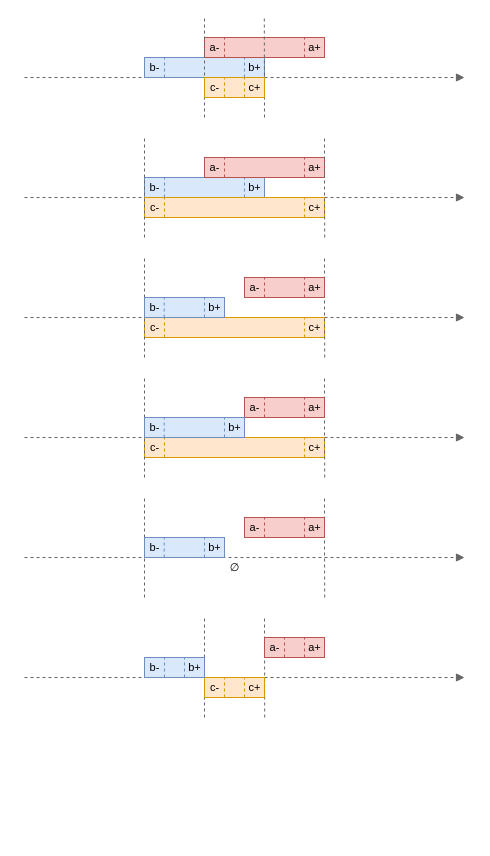
This is page "Algorithms" (5 of 5) of res/resources.drawio from gchudnov/mindthegap, a draw.io file, before an edit. Source tidied: cells renumbered, new cells numbered last; positions are measured from the earlier drawing's top-left corner, leaving out a move shared by most shapes. Both pictures are drawn from the tidied source at 100%, with x=0, y=0 at pixel (24, 17).
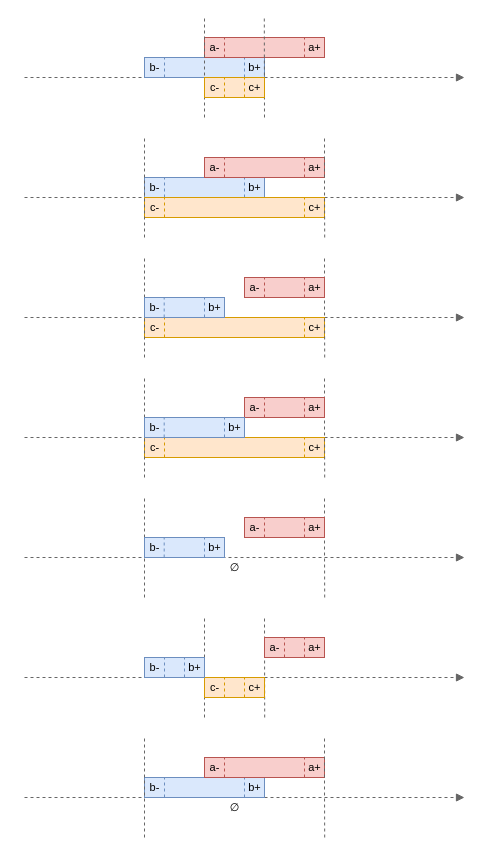
The same page after the edit.

Change to the diagram source:
```diff
@@
+    <mxCell id="120" style="endArrow=block;html=1;fontSize=12;strokeWidth=1;fillColor=#f5f5f5;strokeColor=#666666;endFill=1;dashed=1;" parent="1" edge="1">
+      <mxGeometry relative="1" as="geometry">
+        <mxPoint y="780" as="sourcePoint" />
+        <mxPoint x="440" y="780" as="targetPoint" />
+      </mxGeometry>
+    </mxCell>
+    <mxCell id="121" style="group;" parent="1" vertex="1">
+      <mxGeometry x="120" y="760" width="120" height="20" as="geometry" />
+    </mxCell>
+    <mxCell id="122" style="rounded=0;whiteSpace=wrap;html=1;fontSize=12;strokeWidth=1;fillColor=#dae8fc;strokeColor=#6c8ebf;" parent="121" vertex="1">
+      <mxGeometry width="120" height="20" as="geometry" />
+    </mxCell>
+    <mxCell id="123" value="b-" style="text;html=1;strokeColor=none;fillColor=none;align=center;verticalAlign=middle;rounded=0;fontSize=11;" parent="121" vertex="1">
+      <mxGeometry width="20" height="20" as="geometry" />
+    </mxCell>
+    <mxCell id="124" value="b+" style="text;strokeColor=none;fillColor=none;align=center;verticalAlign=middle;rounded=0;fontSize=11;html=1;spacing=2;" parent="121" vertex="1">
+      <mxGeometry x="100" width="20" height="20" as="geometry" />
+    </mxCell>
+    <mxCell id="125" style="endArrow=none;dashed=1;html=1;strokeWidth=1;fontSize=11;fillColor=#dae8fc;strokeColor=#6c8ebf;" parent="121" edge="1">
+      <mxGeometry relative="1" as="geometry">
+        <mxPoint x="100" y="20" as="sourcePoint" />
+        <mxPoint x="100" as="targetPoint" />
+      </mxGeometry>
+    </mxCell>
+    <mxCell id="126" style="endArrow=none;dashed=1;html=1;strokeWidth=1;fontSize=11;fillColor=#dae8fc;strokeColor=#6c8ebf;" parent="121" edge="1">
+      <mxGeometry relative="1" as="geometry">
+        <mxPoint x="20" y="20" as="sourcePoint" />
+        <mxPoint x="20" as="targetPoint" />
+      </mxGeometry>
+    </mxCell>
+    <mxCell id="127" style="group;" parent="1" vertex="1">
+      <mxGeometry x="180" y="740" width="120" height="20" as="geometry" />
+    </mxCell>
+    <mxCell id="128" style="rounded=0;whiteSpace=wrap;html=1;fontSize=12;strokeWidth=1;fillColor=#f8cecc;strokeColor=#b85450;" parent="127" vertex="1">
+      <mxGeometry width="120" height="20" as="geometry" />
+    </mxCell>
+    <mxCell id="129" value="&lt;p style=&quot;line-height: 1.2&quot;&gt;a-&lt;/p&gt;" style="text;html=1;strokeColor=none;fillColor=none;align=center;verticalAlign=middle;rounded=0;fontSize=11;labelPosition=center;verticalLabelPosition=middle;horizontal=1;" parent="127" vertex="1">
+      <mxGeometry width="20" height="20" as="geometry" />
+    </mxCell>
+    <mxCell id="130" value="a+" style="text;html=1;strokeColor=none;fillColor=none;align=center;verticalAlign=middle;rounded=0;fontSize=11;spacing=2;" parent="127" vertex="1">
+      <mxGeometry x="100" width="20" height="20" as="geometry" />
+    </mxCell>
+    <mxCell id="131" style="endArrow=none;dashed=1;html=1;strokeWidth=1;fontSize=11;fillColor=#f8cecc;strokeColor=#b85450;" parent="127" edge="1">
+      <mxGeometry relative="1" as="geometry">
+        <mxPoint x="100" y="20" as="sourcePoint" />
+        <mxPoint x="100" as="targetPoint" />
+      </mxGeometry>
+    </mxCell>
+    <mxCell id="132" style="endArrow=none;dashed=1;html=1;strokeWidth=1;fontSize=11;fillColor=#f8cecc;strokeColor=#b85450;" parent="127" edge="1">
+      <mxGeometry relative="1" as="geometry">
+        <mxPoint x="20" y="20" as="sourcePoint" />
+        <mxPoint x="20" as="targetPoint" />
+      </mxGeometry>
+    </mxCell>
+    <mxCell id="133" style="endArrow=none;dashed=1;html=1;strokeWidth=1;fontSize=11;fillColor=#f5f5f5;strokeColor=#666666;" parent="1" edge="1">
+      <mxGeometry relative="1" as="geometry">
+        <mxPoint x="120" y="820" as="sourcePoint" />
+        <mxPoint x="120" y="720" as="targetPoint" />
+      </mxGeometry>
+    </mxCell>
+    <mxCell id="134" style="endArrow=none;dashed=1;html=1;strokeWidth=1;fontSize=11;fillColor=#f5f5f5;strokeColor=#666666;" parent="1" edge="1">
+      <mxGeometry relative="1" as="geometry">
+        <mxPoint x="300.2" y="820" as="sourcePoint" />
+        <mxPoint x="300" y="720" as="targetPoint" />
+        <Array as="points">
+          <mxPoint x="300" y="770" />
+        </Array>
+      </mxGeometry>
+    </mxCell>
+    <mxCell id="135" value="∅" style="text;html=1;strokeColor=none;fillColor=none;align=center;verticalAlign=middle;rounded=0;fontSize=11;spacing=2;" parent="1" vertex="1">
+      <mxGeometry x="200" y="780" width="20" height="20" as="geometry" />
+    </mxCell>
```
